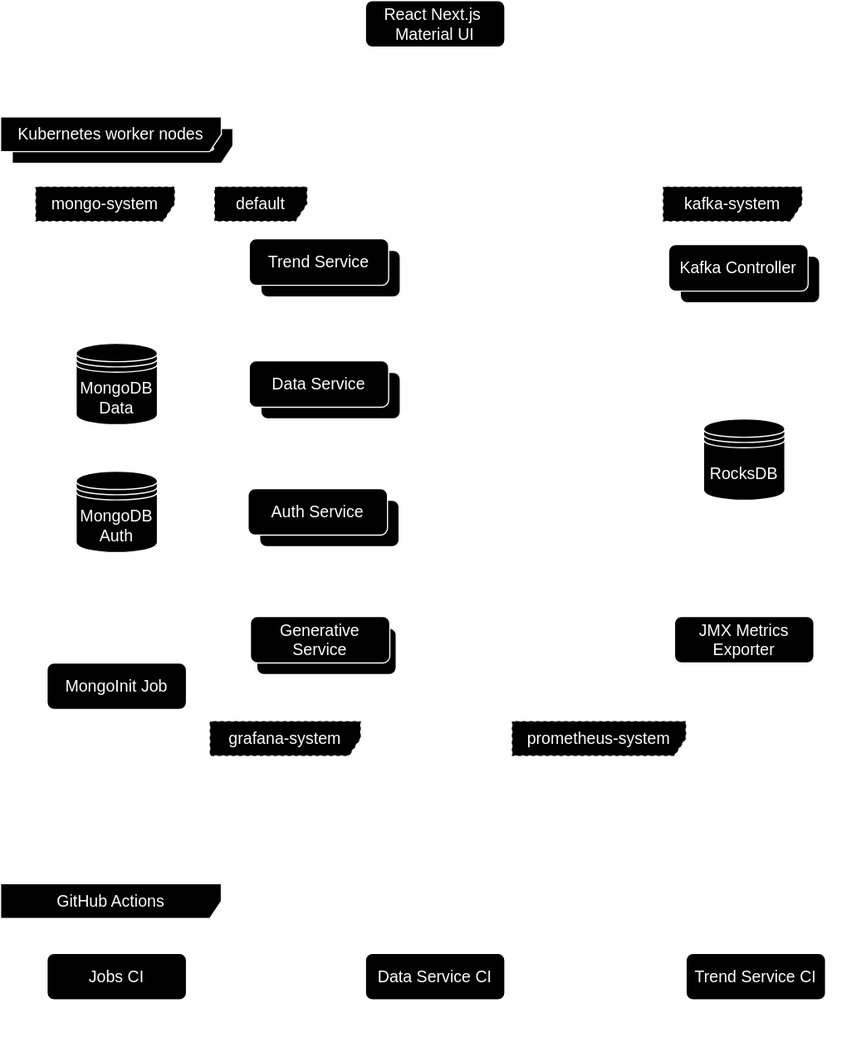
Before: architecture/components.drawio.svg, a diagram exported from draw.io (gryphon2411/derkino). Source tidied: cells renumbered, new cells last; positions are measured from the earlier drawing's top-left corner, leaving out a move shared by most shapes.
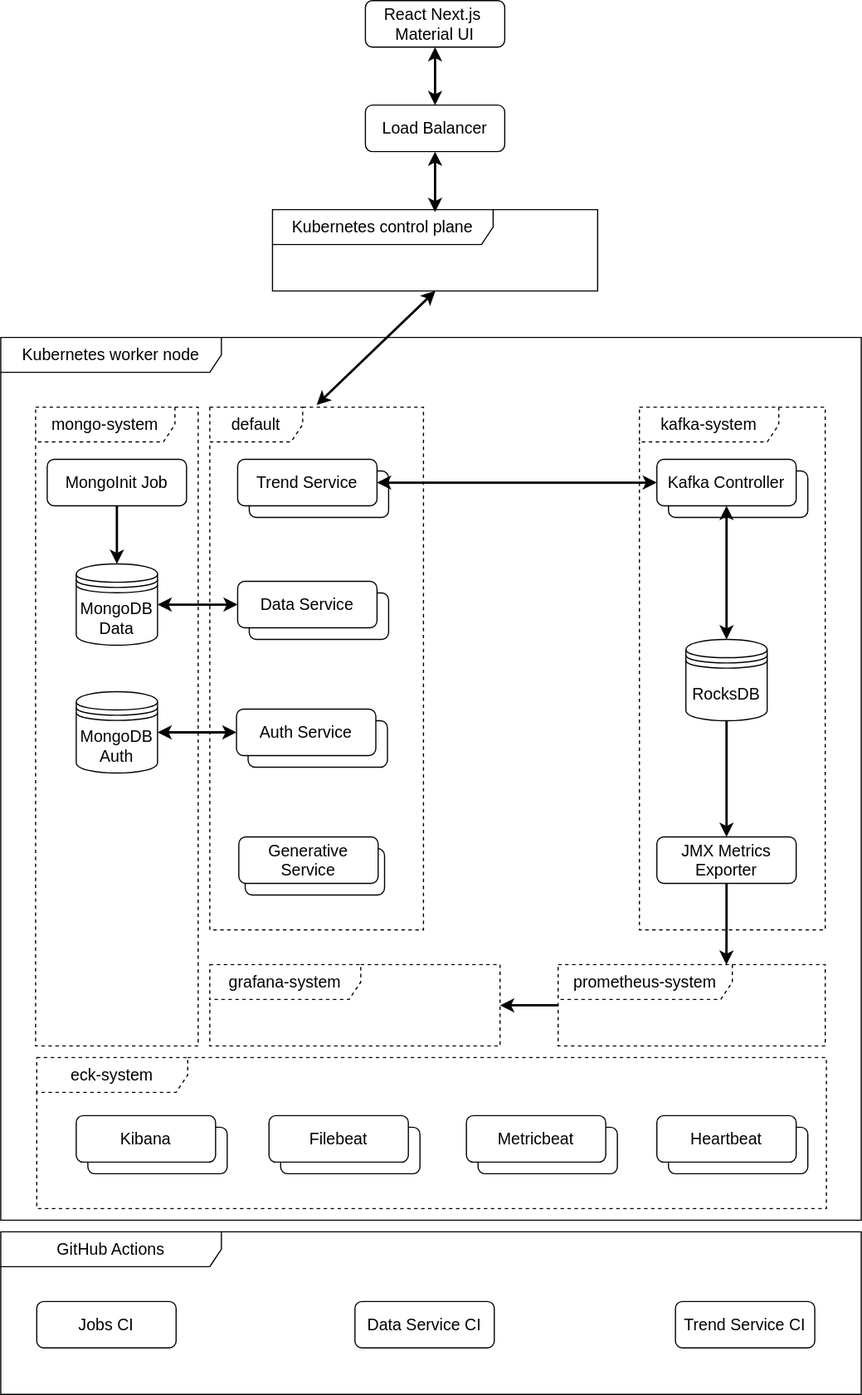
After the change.

Commit message:
Improve components diagram

Change to the diagram source:
```diff
@@ -2,86 +2,149 @@
   <root>
     <mxCell id="0" />
     <mxCell id="1" parent="0" />
+    <mxCell id="29" value="Heartbeat" style="rounded=1;whiteSpace=wrap;html=1;fontSize=14;glass=0;strokeWidth=1;shadow=0;" parent="1" vertex="1">
+      <mxGeometry x="584" y="970" width="120" height="40" as="geometry" />
+    </mxCell>
+    <mxCell id="30" value="Metricbeat" style="rounded=1;whiteSpace=wrap;html=1;fontSize=14;glass=0;strokeWidth=1;shadow=0;" parent="1" vertex="1">
+      <mxGeometry x="420" y="970" width="120" height="40" as="geometry" />
+    </mxCell>
+    <mxCell id="31" value="Filebeat" style="rounded=1;whiteSpace=wrap;html=1;fontSize=14;glass=0;strokeWidth=1;shadow=0;" parent="1" vertex="1">
+      <mxGeometry x="250" y="970" width="120" height="40" as="geometry" />
+    </mxCell>
+    <mxCell id="32" value="Kibana" style="rounded=1;whiteSpace=wrap;html=1;fontSize=14;glass=0;strokeWidth=1;shadow=0;" parent="1" vertex="1">
+      <mxGeometry x="84" y="970" width="120" height="40" as="geometry" />
+    </mxCell>
     <mxCell id="2" value="Kafka Controller" style="rounded=1;whiteSpace=wrap;html=1;fontSize=14;glass=0;strokeWidth=1;shadow=0;" parent="1" vertex="1">
-      <mxGeometry x="585" y="220" width="120" height="40" as="geometry" />
+      <mxGeometry x="584" y="405" width="120" height="40" as="geometry" />
     </mxCell>
-    <mxCell id="3" value="Kubernetes worker nodes" style="shape=umlFrame;whiteSpace=wrap;html=1;fontSize=14;width=190;height=30;" parent="1" vertex="1">
-      <mxGeometry x="10" y="110" width="730" height="630" as="geometry" />
-    </mxCell>
     <mxCell id="4" value="Auth Service" style="rounded=1;whiteSpace=wrap;html=1;fontSize=14;glass=0;strokeWidth=1;shadow=0;" parent="1" vertex="1">
-      <mxGeometry x="223" y="430" width="120" height="40" as="geometry" />
+      <mxGeometry x="222" y="620" width="120" height="40" as="geometry" />
     </mxCell>
     <mxCell id="5" value="&lt;div style=&quot;font-size: 14px;&quot;&gt;Data Service&lt;/div&gt;" style="rounded=1;whiteSpace=wrap;html=1;fontSize=14;glass=0;strokeWidth=1;shadow=0;" parent="1" vertex="1">
-      <mxGeometry x="224" y="320" width="120" height="40" as="geometry" />
+      <mxGeometry x="223" y="510" width="120" height="40" as="geometry" />
     </mxCell>
     <mxCell id="6" style="rounded=1;whiteSpace=wrap;html=1;fontSize=14;glass=0;strokeWidth=1;shadow=0;" parent="1" vertex="1">
-      <mxGeometry x="220.5" y="540" width="120" height="40" as="geometry" />
+      <mxGeometry x="219.5" y="730" width="120" height="40" as="geometry" />
     </mxCell>
+    <mxCell id="33" style="edgeStyle=orthogonalEdgeStyle;rounded=0;jettySize=auto;html=1;entryX=0.5;entryY=0;entryDx=0;entryDy=0;strokeWidth=2;startArrow=classic;startFill=1;" parent="1" edge="1" source="7" target="49">
+      <mxGeometry relative="1" as="geometry" />
+    </mxCell>
     <mxCell id="7" value="&lt;div style=&quot;font-size: 14px;&quot;&gt;React Next.js&amp;nbsp;&lt;/div&gt;&lt;div style=&quot;font-size: 14px;&quot;&gt;Material UI&lt;/div&gt;" style="rounded=1;whiteSpace=wrap;html=1;fontSize=14;glass=0;strokeWidth=1;shadow=0;" parent="1" vertex="1">
-      <mxGeometry x="314" width="120" height="40" as="geometry" />
+      <mxGeometry x="323" width="120" height="40" as="geometry" />
     </mxCell>
+    <mxCell id="34" style="edgeStyle=orthogonalEdgeStyle;rounded=0;jettySize=auto;html=1;entryX=1;entryY=0.5;entryDx=0;entryDy=0;startArrow=classic;startFill=1;strokeWidth=2;" parent="1" edge="1" source="8" target="22">
+      <mxGeometry relative="1" as="geometry" />
+    </mxCell>
     <mxCell id="8" value="Auth Service" style="rounded=1;whiteSpace=wrap;html=1;fontSize=14;glass=0;strokeWidth=1;shadow=0;" parent="1" vertex="1">
-      <mxGeometry x="213" y="420" width="120" height="40" as="geometry" />
+      <mxGeometry x="212" y="610" width="120" height="40" as="geometry" />
     </mxCell>
+    <mxCell id="35" style="edgeStyle=orthogonalEdgeStyle;rounded=0;jettySize=auto;html=1;entryX=1;entryY=0.5;entryDx=0;entryDy=0;startArrow=classic;startFill=1;strokeWidth=2;" parent="1" edge="1" source="9" target="24">
+      <mxGeometry relative="1" as="geometry" />
+    </mxCell>
     <mxCell id="9" value="&lt;div style=&quot;font-size: 14px;&quot;&gt;Data Service&lt;/div&gt;" style="rounded=1;whiteSpace=wrap;html=1;fontSize=14;glass=0;strokeWidth=1;shadow=0;" parent="1" vertex="1">
-      <mxGeometry x="214" y="310" width="120" height="40" as="geometry" />
+      <mxGeometry x="213" y="500" width="120" height="40" as="geometry" />
     </mxCell>
     <mxCell id="10" value="Generative Service" style="rounded=1;whiteSpace=wrap;html=1;fontSize=14;glass=0;strokeWidth=1;shadow=0;" parent="1" vertex="1">
-      <mxGeometry x="215" y="530" width="120" height="40" as="geometry" />
+      <mxGeometry x="214" y="720" width="120" height="40" as="geometry" />
     </mxCell>
     <mxCell id="11" value="Data Service CI" style="rounded=1;whiteSpace=wrap;html=1;fontSize=14;glass=0;strokeWidth=1;shadow=0;" parent="1" vertex="1">
-      <mxGeometry x="314" y="820" width="120" height="40" as="geometry" />
+      <mxGeometry x="314" y="1120" width="120" height="40" as="geometry" />
     </mxCell>
     <mxCell id="12" value="&lt;div style=&quot;font-size: 14px;&quot;&gt;Jobs CI&lt;/div&gt;" style="rounded=1;whiteSpace=wrap;html=1;fontSize=14;glass=0;strokeWidth=1;shadow=0;" parent="1" vertex="1">
-      <mxGeometry x="40" y="820" width="120" height="40" as="geometry" />
+      <mxGeometry x="40" y="1120" width="120" height="40" as="geometry" />
     </mxCell>
     <mxCell id="13" value="Trend Service CI" style="rounded=1;whiteSpace=wrap;html=1;fontSize=14;glass=0;strokeWidth=1;shadow=0;" parent="1" vertex="1">
-      <mxGeometry x="590" y="820" width="120" height="40" as="geometry" />
+      <mxGeometry x="590" y="1120" width="120" height="40" as="geometry" />
     </mxCell>
-    <mxCell id="14" value="Kubernetes worker nodes" style="shape=umlFrame;whiteSpace=wrap;html=1;fontSize=14;width=190;height=30;" parent="1" vertex="1">
-      <mxGeometry y="100" width="730" height="630" as="geometry" />
+    <mxCell id="14" value="Kubernetes worker node" style="shape=umlFrame;whiteSpace=wrap;html=1;fontSize=14;width=190;height=30;" parent="1" vertex="1">
+      <mxGeometry x="9" y="290" width="741" height="760" as="geometry" />
     </mxCell>
     <mxCell id="15" value="default" style="shape=umlFrame;whiteSpace=wrap;html=1;fontSize=14;width=80;height=30;strokeColor=default;dashed=1;" parent="1" vertex="1">
-      <mxGeometry x="184" y="160" width="190" height="450" as="geometry" />
+      <mxGeometry x="189" y="350" width="184" height="450" as="geometry" />
     </mxCell>
     <mxCell id="16" value="&lt;div&gt;kafka-system&lt;/div&gt;" style="shape=umlFrame;whiteSpace=wrap;html=1;fontSize=14;width=120;height=30;strokeColor=default;dashed=1;" parent="1" vertex="1">
-      <mxGeometry x="570" y="160" width="140" height="450" as="geometry" />
+      <mxGeometry x="559" y="350" width="160" height="450" as="geometry" />
     </mxCell>
     <mxCell id="17" value="grafana-system" style="shape=umlFrame;whiteSpace=wrap;html=1;fontSize=14;width=130;height=30;strokeColor=default;dashed=1;" parent="1" vertex="1">
-      <mxGeometry x="180" y="620" width="250" height="90" as="geometry" />
+      <mxGeometry x="189" y="830" width="250" height="70" as="geometry" />
     </mxCell>
     <mxCell id="18" value="prometheus-system" style="shape=umlFrame;whiteSpace=wrap;html=1;fontSize=14;width=150;height=30;strokeColor=default;dashed=1;" parent="1" vertex="1">
-      <mxGeometry x="440" y="620" width="270" height="90" as="geometry" />
+      <mxGeometry x="489" y="830" width="230" height="70" as="geometry" />
     </mxCell>
+    <mxCell id="36" style="edgeStyle=orthogonalEdgeStyle;rounded=0;jettySize=auto;html=1;entryX=0.5;entryY=0;entryDx=0;entryDy=0;strokeWidth=2;" parent="1" edge="1" source="19" target="24">
+      <mxGeometry relative="1" as="geometry" />
+    </mxCell>
     <mxCell id="19" value="MongoInit Job" style="rounded=1;whiteSpace=wrap;html=1;fontSize=14;glass=0;strokeWidth=1;shadow=0;" parent="1" vertex="1">
-      <mxGeometry x="40" y="570" width="120" height="40" as="geometry" />
+      <mxGeometry x="49" y="395" width="120" height="40" as="geometry" />
     </mxCell>
     <mxCell id="20" value="&lt;div&gt;mongo-system&lt;/div&gt;" style="shape=umlFrame;whiteSpace=wrap;html=1;fontSize=14;width=120;height=30;strokeColor=default;dashed=1;" parent="1" vertex="1">
-      <mxGeometry x="30" y="160" width="140" height="550" as="geometry" />
+      <mxGeometry x="39" y="350" width="140" height="550" as="geometry" />
     </mxCell>
     <mxCell id="21" value="&lt;div&gt;JMX Metrics Exporter&lt;br&gt;&lt;/div&gt;" style="rounded=1;whiteSpace=wrap;html=1;fontSize=14;glass=0;strokeWidth=1;shadow=0;" parent="1" vertex="1">
-      <mxGeometry x="580" y="530" width="120" height="40" as="geometry" />
+      <mxGeometry x="574" y="720" width="120" height="40" as="geometry" />
     </mxCell>
     <mxCell id="22" value="MongoDB Auth" style="shape=datastore;whiteSpace=wrap;html=1;fontSize=14;" parent="1" vertex="1">
-      <mxGeometry x="65" y="405" width="70" height="70" as="geometry" />
+      <mxGeometry x="74" y="595" width="70" height="70" as="geometry" />
     </mxCell>
+    <mxCell id="37" style="edgeStyle=orthogonalEdgeStyle;rounded=0;jettySize=auto;html=1;entryX=0.5;entryY=0;entryDx=0;entryDy=0;strokeWidth=2;startArrow=classic;startFill=1;" parent="1" edge="1" source="23" target="25">
+      <mxGeometry relative="1" as="geometry" />
+    </mxCell>
     <mxCell id="23" value="Kafka Controller" style="rounded=1;whiteSpace=wrap;html=1;fontSize=14;glass=0;strokeWidth=1;shadow=0;" parent="1" vertex="1">
-      <mxGeometry x="575" y="210" width="120" height="40" as="geometry" />
+      <mxGeometry x="574" y="395" width="120" height="40" as="geometry" />
     </mxCell>
     <mxCell id="24" value="MongoDB Data" style="shape=datastore;whiteSpace=wrap;html=1;fontSize=14;" parent="1" vertex="1">
-      <mxGeometry x="65" y="295" width="70" height="70" as="geometry" />
+      <mxGeometry x="74" y="485" width="70" height="70" as="geometry" />
     </mxCell>
+    <mxCell id="38" style="edgeStyle=orthogonalEdgeStyle;rounded=0;jettySize=auto;html=1;entryX=0.5;entryY=0;entryDx=0;entryDy=0;strokeWidth=2;" parent="1" edge="1" source="25" target="21">
+      <mxGeometry relative="1" as="geometry" />
+    </mxCell>
     <mxCell id="25" value="&lt;div&gt;RocksDB&lt;/div&gt;" style="shape=datastore;whiteSpace=wrap;html=1;fontSize=14;" parent="1" vertex="1">
-      <mxGeometry x="605" y="360" width="70" height="70" as="geometry" />
+      <mxGeometry x="599" y="550" width="70" height="70" as="geometry" />
     </mxCell>
     <mxCell id="26" value="Trend Service" style="rounded=1;whiteSpace=wrap;html=1;fontSize=14;glass=0;strokeWidth=1;shadow=0;" parent="1" vertex="1">
-      <mxGeometry x="224" y="215" width="120" height="40" as="geometry" />
+      <mxGeometry x="223" y="405" width="120" height="40" as="geometry" />
     </mxCell>
+    <mxCell id="39" style="edgeStyle=orthogonalEdgeStyle;rounded=0;jettySize=auto;html=1;entryX=0;entryY=0.5;entryDx=0;entryDy=0;strokeWidth=2;startArrow=classic;startFill=1;" parent="1" edge="1" source="27" target="23">
+      <mxGeometry relative="1" as="geometry" />
+    </mxCell>
     <mxCell id="27" value="Trend Service" style="rounded=1;whiteSpace=wrap;html=1;fontSize=14;glass=0;strokeWidth=1;shadow=0;" parent="1" vertex="1">
-      <mxGeometry x="214" y="205" width="120" height="40" as="geometry" />
+      <mxGeometry x="213" y="395" width="120" height="40" as="geometry" />
     </mxCell>
     <mxCell id="28" value="GitHub Actions" style="shape=umlFrame;whiteSpace=wrap;html=1;fontSize=14;width=190;height=30;" parent="1" vertex="1">
-      <mxGeometry y="760" width="730" height="140" as="geometry" />
+      <mxGeometry x="9" y="1060" width="741" height="140" as="geometry" />
     </mxCell>
+    <mxCell id="40" style="edgeStyle=orthogonalEdgeStyle;rounded=0;jettySize=auto;html=1;entryX=0.63;entryY=0;entryDx=0;entryDy=0;entryPerimeter=0;strokeWidth=2;" parent="1" edge="1" source="21" target="18">
+      <mxGeometry relative="1" as="geometry" />
+    </mxCell>
+    <mxCell id="41" style="edgeStyle=orthogonalEdgeStyle;rounded=0;jettySize=auto;html=1;entryX=1;entryY=0.5;entryDx=0;entryDy=0;entryPerimeter=0;strokeWidth=2;" parent="1" edge="1" source="18" target="17">
+      <mxGeometry relative="1" as="geometry" />
+    </mxCell>
+    <mxCell id="42" value="Kubernetes control plane" style="shape=umlFrame;whiteSpace=wrap;html=1;fontSize=14;width=190;height=30;" parent="1" vertex="1">
+      <mxGeometry x="243" y="180" width="280" height="70" as="geometry" />
+    </mxCell>
+    <mxCell id="43" style="rounded=0;jettySize=auto;html=1;entryX=0.5;entryY=-0.004;entryDx=0;entryDy=0;endArrow=classic;endFill=1;strokeWidth=2;entryPerimeter=0;startArrow=classic;startFill=1;exitX=0.501;exitY=1;exitDx=0;exitDy=0;exitPerimeter=0;" parent="1" edge="1" source="42" target="15">
+      <mxGeometry relative="1" as="geometry" />
+    </mxCell>
+    <mxCell id="44" value="eck-system" style="shape=umlFrame;whiteSpace=wrap;html=1;fontSize=14;width=130;height=30;strokeColor=default;dashed=1;" parent="1" vertex="1">
+      <mxGeometry x="40" y="910" width="680" height="130" as="geometry" />
+    </mxCell>
+    <mxCell id="45" value="Kibana" style="rounded=1;whiteSpace=wrap;html=1;fontSize=14;glass=0;strokeWidth=1;shadow=0;" parent="1" vertex="1">
+      <mxGeometry x="74" y="960" width="120" height="40" as="geometry" />
+    </mxCell>
+    <mxCell id="46" value="Filebeat" style="rounded=1;whiteSpace=wrap;html=1;fontSize=14;glass=0;strokeWidth=1;shadow=0;" parent="1" vertex="1">
+      <mxGeometry x="240" y="960" width="120" height="40" as="geometry" />
+    </mxCell>
+    <mxCell id="47" value="Metricbeat" style="rounded=1;whiteSpace=wrap;html=1;fontSize=14;glass=0;strokeWidth=1;shadow=0;" parent="1" vertex="1">
+      <mxGeometry x="410" y="960" width="120" height="40" as="geometry" />
+    </mxCell>
+    <mxCell id="48" value="Heartbeat" style="rounded=1;whiteSpace=wrap;html=1;fontSize=14;glass=0;strokeWidth=1;shadow=0;" parent="1" vertex="1">
+      <mxGeometry x="574" y="960" width="120" height="40" as="geometry" />
+    </mxCell>
+    <mxCell id="49" value="Load Balancer" style="rounded=1;whiteSpace=wrap;html=1;fontSize=14;glass=0;strokeWidth=1;shadow=0;" parent="1" vertex="1">
+      <mxGeometry x="323" y="90" width="120" height="40" as="geometry" />
+    </mxCell>
+    <mxCell id="50" style="edgeStyle=orthogonalEdgeStyle;rounded=0;jettySize=auto;html=1;entryX=0.5;entryY=0.029;entryDx=0;entryDy=0;entryPerimeter=0;strokeWidth=2;startArrow=classic;startFill=1;" parent="1" edge="1" source="49" target="42">
+      <mxGeometry relative="1" as="geometry" />
+    </mxCell>
   </root>
 </mxGraphModel>
```
